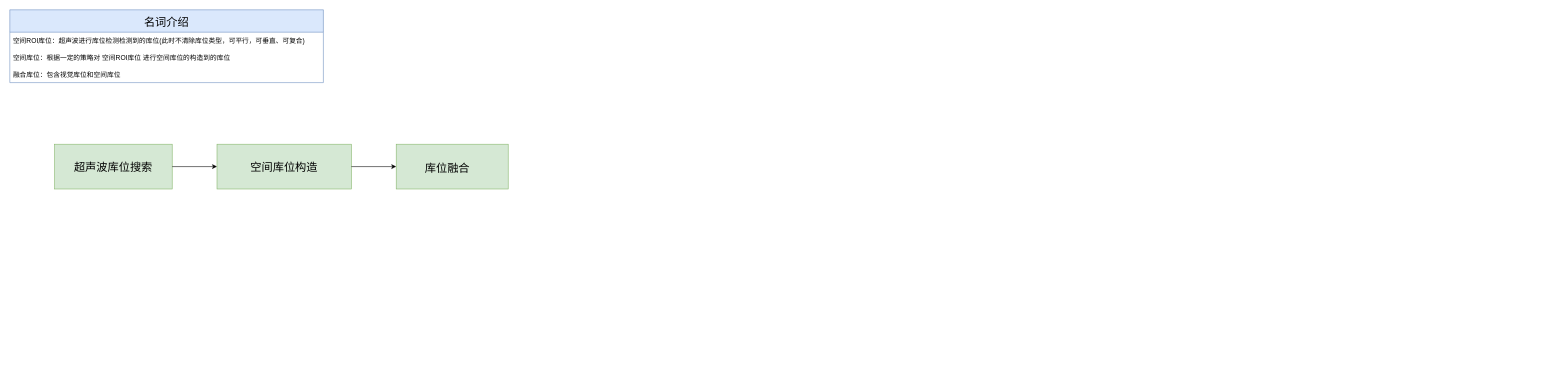
This is 二级融合策略.drawio from bugquella/diagrams, a draw.io file, before an edit. Source tidied: cells renumbered, new cells numbered last; positions are measured from the earlier drawing's top-left corner, leaving out a move shared by most shapes. Both pictures are drawn from the tidied source at 56%, with x=0, y=0 at pixel (10, 10).
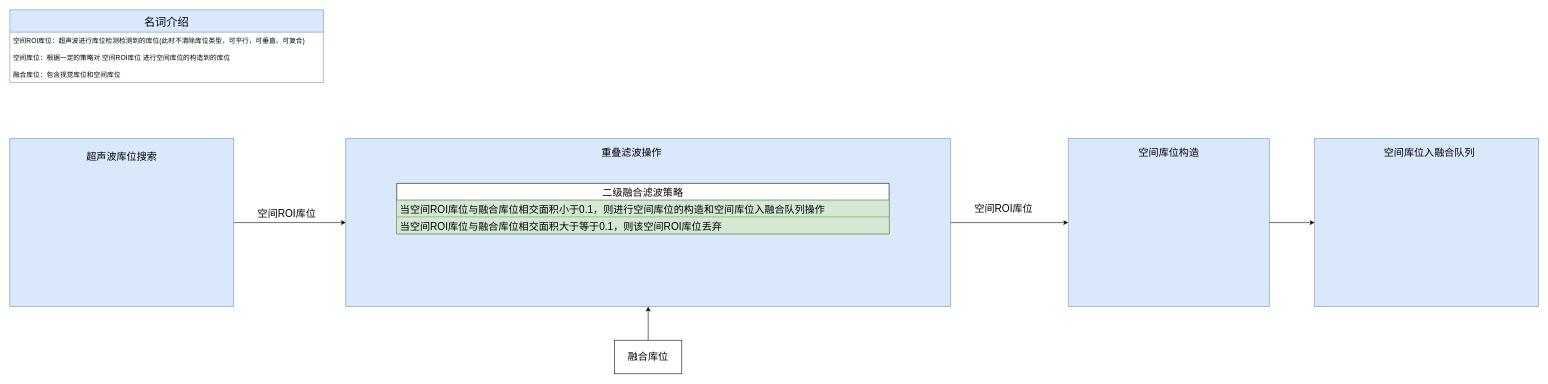
The same page after the edit.

Commit message:
更新二级融合策略.drawio

Change to the diagram source:
```diff
@@
-    <mxCell id="6" style="rounded=0;whiteSpace=wrap;html=1;fontSize=20;fillColor=#d5e8d4;strokeColor=#82b366;" parent="1" vertex="1">
-      <mxGeometry x="80" y="240" width="210" height="80" as="geometry" />
-    </mxCell>
-    <mxCell id="7" style="rounded=0;whiteSpace=wrap;html=1;fontSize=20;fillColor=#d5e8d4;strokeColor=#82b366;" parent="1" vertex="1">
-      <mxGeometry x="370" y="240" width="240" height="80" as="geometry" />
-    </mxCell>
+    <mxCell id="14" style="group;" parent="1" vertex="1">
+      <mxGeometry x="600" y="230" width="1080" height="300" as="geometry" />
+    </mxCell>
+    <mxCell id="15" style="rounded=0;whiteSpace=wrap;html=1;fontSize=18;fillColor=#dae8fc;strokeColor=#6c8ebf;" parent="14" vertex="1">
+      <mxGeometry width="1080" height="300" as="geometry" />
+    </mxCell>
+    <mxCell id="16" value="重叠滤波操作" style="text;html=1;strokeColor=none;fillColor=none;align=center;verticalAlign=middle;whiteSpace=wrap;rounded=0;fontSize=18;" parent="14" vertex="1">
+      <mxGeometry x="261.5" y="10" width="496.9" height="30" as="geometry" />
+    </mxCell>
+    <mxCell id="17" value="二级融合滤波策略" style="swimlane;fontStyle=0;horizontal=1;startSize=30;fontSize=18;" parent="14" vertex="1">
+      <mxGeometry x="91" y="80" width="879.2" height="90" as="geometry" />
+    </mxCell>
+    <mxCell id="18" value="当空间ROI库位与融合库位相交面积小于0.1，则进行空间库位的构造和空间库位入融合队列操作" style="text;strokeColor=#82b366;fillColor=#d5e8d4;align=left;verticalAlign=middle;spacingLeft=4;spacingRight=4;overflow=hidden;fontSize=18;" parent="17" vertex="1">
+      <mxGeometry y="30" width="879.2" height="30" as="geometry" />
+    </mxCell>
+    <mxCell id="19" value="当空间ROI库位与融合库位相交面积大于等于0.1，则该空间ROI库位丢弃" style="text;strokeColor=#82b366;fillColor=#d5e8d4;align=left;verticalAlign=middle;spacingLeft=4;spacingRight=4;overflow=hidden;fontSize=18;" parent="17" vertex="1">
+      <mxGeometry y="60" width="879.2" height="30" as="geometry" />
+    </mxCell>
+    <mxCell id="20" style="group;" parent="1" vertex="1">
+      <mxGeometry y="230" width="400" height="300" as="geometry" />
+    </mxCell>
+    <mxCell id="21" style="rounded=0;whiteSpace=wrap;html=1;fillColor=#dae8fc;strokeColor=#6c8ebf;" parent="20" vertex="1">
+      <mxGeometry width="400" height="300" as="geometry" />
+    </mxCell>
+    <mxCell id="9" value="&lt;font style=&quot;font-size: 18px&quot;&gt;超声波库位搜索&lt;/font&gt;" style="text;html=1;strokeColor=none;fillColor=none;align=center;verticalAlign=middle;whiteSpace=wrap;rounded=0;" parent="20" vertex="1">
+      <mxGeometry x="110" y="16.1" width="180" height="32.1" as="geometry" />
+    </mxCell>
+    <mxCell id="22" style="group;" parent="1" vertex="1">
+      <mxGeometry x="1890" y="230" width="359" height="300" as="geometry" />
+    </mxCell>
+    <mxCell id="23" style="rounded=0;whiteSpace=wrap;html=1;fontSize=18;fillColor=#dae8fc;strokeColor=#6c8ebf;" parent="22" vertex="1">
+      <mxGeometry width="359" height="300" as="geometry" />
+    </mxCell>
-    <mxCell id="8" value="空间库位构造" style="text;html=1;strokeColor=none;fillColor=none;align=center;verticalAlign=middle;whiteSpace=wrap;rounded=0;fontSize=20;fontColor=#000000;" parent="1" vertex="1">
-      <mxGeometry x="400" y="265" width="180" height="30" as="geometry" />
+    <mxCell id="8" value="空间库位构造" style="text;html=1;strokeColor=none;fillColor=none;align=center;verticalAlign=middle;whiteSpace=wrap;rounded=0;fontSize=18;" parent="22" vertex="1">
+      <mxGeometry x="89.5" y="10" width="180" height="30" as="geometry" />
     </mxCell>
-    <mxCell id="9" value="超声波库位搜索" style="text;html=1;strokeColor=none;fillColor=none;align=center;verticalAlign=middle;whiteSpace=wrap;rounded=0;fontSize=20;fontColor=#000000;" parent="1" vertex="1">
-      <mxGeometry x="90" y="265" width="190" height="30" as="geometry" />
-    </mxCell>
-    <mxCell id="10" style="rounded=0;whiteSpace=wrap;html=1;fontSize=20;fillColor=#d5e8d4;strokeColor=#82b366;" parent="1" vertex="1">
-      <mxGeometry x="690" y="240" width="200" height="80" as="geometry" />
-    </mxCell>
-    <mxCell id="11" value="库位融合" style="text;html=1;strokeColor=none;fillColor=none;align=center;verticalAlign=middle;whiteSpace=wrap;rounded=0;fontSize=20;fontColor=#000000;" parent="1" vertex="1">
-      <mxGeometry x="740" y="270" width="83" height="25" as="geometry" />
-    </mxCell>
-    <mxCell id="12" style="endArrow=classic;html=1;rounded=0;fontSize=20;fontColor=#000000;exitX=1;exitY=0.5;exitDx=0;exitDy=0;entryX=0;entryY=0.5;entryDx=0;entryDy=0;" parent="1" edge="1" source="6" target="7">
-      <mxGeometry relative="1" as="geometry" />
-    </mxCell>
-    <mxCell id="13" style="endArrow=classic;html=1;rounded=0;fontSize=20;fontColor=#000000;exitX=1;exitY=0.5;exitDx=0;exitDy=0;" parent="1" edge="1" source="7" target="10">
-      <mxGeometry relative="1" as="geometry" />
-    </mxCell>
+    <mxCell id="24" style="group;" parent="1" vertex="1">
+      <mxGeometry x="440" y="350" width="110" height="30" as="geometry" />
+    </mxCell>
+    <mxCell id="25" style="endArrow=classic;html=1;rounded=0;fontSize=18;exitX=1;exitY=0.5;exitDx=0;exitDy=0;entryX=0;entryY=0.5;entryDx=0;entryDy=0;" parent="24" edge="1" source="21" target="15">
+      <mxGeometry relative="1" as="geometry" />
+    </mxCell>
+    <mxCell id="26" value="空间ROI库位" style="text;html=1;strokeColor=none;fillColor=none;align=center;verticalAlign=middle;whiteSpace=wrap;rounded=0;fontSize=18;" parent="24" vertex="1">
+      <mxGeometry width="110" height="30" as="geometry" />
+    </mxCell>
+    <mxCell id="27" style="endArrow=classic;html=1;rounded=0;fontSize=18;exitX=1;exitY=0.5;exitDx=0;exitDy=0;entryX=0;entryY=0.5;entryDx=0;entryDy=0;" parent="1" edge="1" source="15" target="23">
+      <mxGeometry relative="1" as="geometry" />
+    </mxCell>
+    <mxCell id="28" value="空间ROI库位" style="text;html=1;strokeColor=none;fillColor=none;align=center;verticalAlign=middle;whiteSpace=wrap;rounded=0;fontSize=18;" parent="1" vertex="1">
+      <mxGeometry x="1720" y="340" width="110" height="30" as="geometry" />
+    </mxCell>
+    <mxCell id="29" style="group;" parent="1" vertex="1">
+      <mxGeometry x="2330" y="230" width="400" height="300" as="geometry" />
+    </mxCell>
+    <mxCell id="30" style="rounded=0;whiteSpace=wrap;html=1;fontSize=18;fillColor=#dae8fc;strokeColor=#6c8ebf;" parent="29" vertex="1">
+      <mxGeometry width="400" height="300" as="geometry" />
+    </mxCell>
+    <mxCell id="31" value="空间库位入融合队列" style="text;html=1;strokeColor=none;fillColor=none;align=center;verticalAlign=middle;whiteSpace=wrap;rounded=0;fontSize=18;" parent="29" vertex="1">
+      <mxGeometry x="90" y="10" width="230" height="30" as="geometry" />
+    </mxCell>
+    <mxCell id="32" style="edgeStyle=orthogonalEdgeStyle;rounded=0;jettySize=auto;html=1;fontSize=18;" parent="1" edge="1" source="33" target="15">
+      <mxGeometry relative="1" as="geometry" />
+    </mxCell>
+    <mxCell id="33" value="融合库位" style="rounded=0;whiteSpace=wrap;html=1;fontSize=18;" parent="1" vertex="1">
+      <mxGeometry x="1080" y="590" width="120" height="60" as="geometry" />
+    </mxCell>
+    <mxCell id="34" style="endArrow=classic;html=1;rounded=0;fontSize=18;exitX=1;exitY=0.5;exitDx=0;exitDy=0;" parent="1" edge="1" source="23" target="30">
+      <mxGeometry relative="1" as="geometry" />
+    </mxCell>
```
